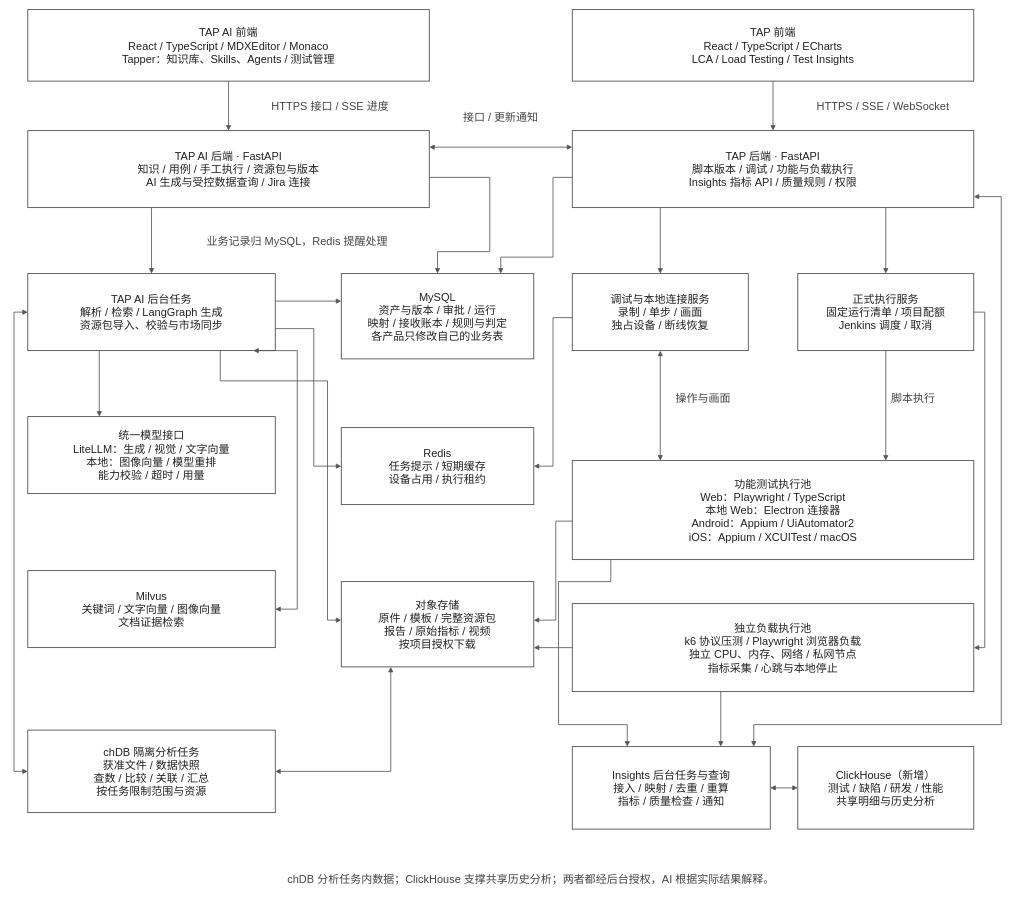
This is page "技术架构" (3 of 11) of docs/assets/rfc-011/2026-09-17-platform-design.drawio from patrickstarpty/tap, a draw.io file, before an edit. Source tidied: cells renumbered, new cells numbered last; positions are measured from the earlier drawing's top-left corner, leaving out a move shared by most shapes. Both pictures are drawn from the tidied source at 55%, with x=0, y=0 at pixel (14, 9).
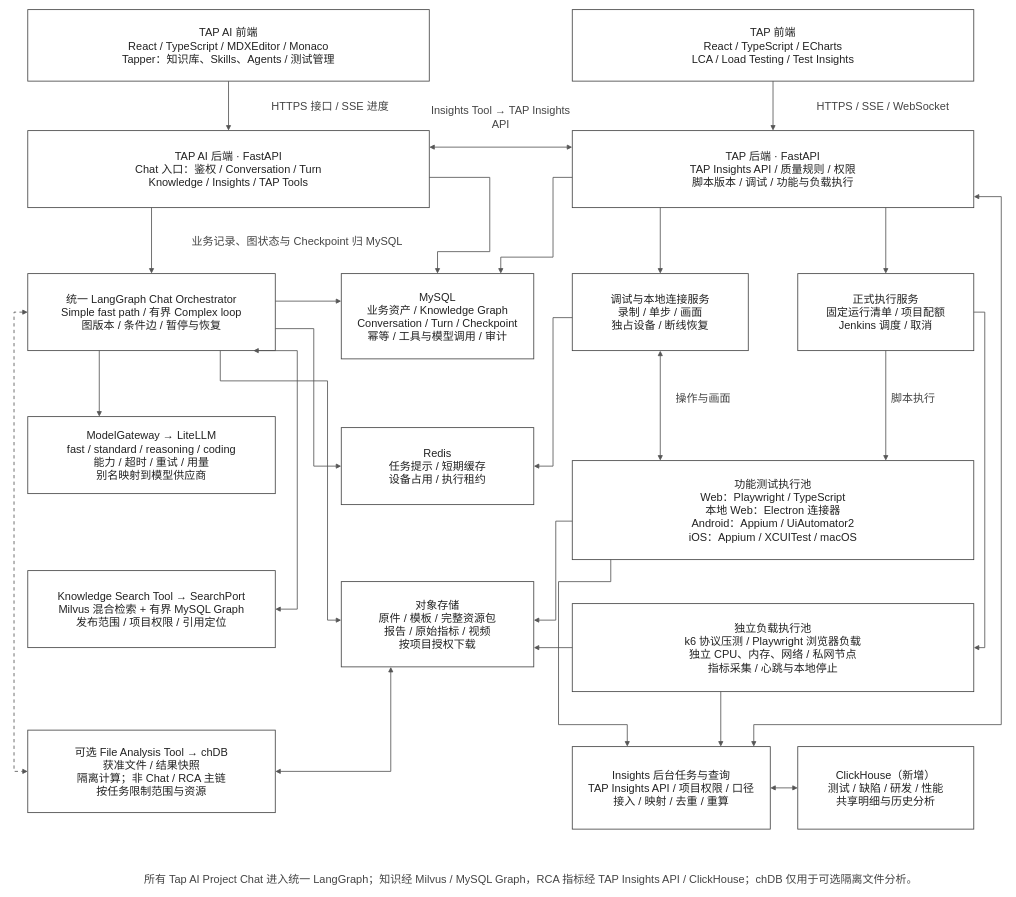
The same diagram, later.

Change to the diagram source:
```diff
@@
-    <mxCell id="4" value="TAP AI 后端 · FastAPI&#10;知识 / 用例 / 手工执行 / 资源包与版本&#10;AI 生成与受控数据查询 / Jira 连接" style="rounded=0;whiteSpace=wrap;html=0;fillColor=#ffffff;strokeColor=#444444;strokeWidth=1.5;fontColor=#222222;fontSize=20;fontFamily=Helvetica;" parent="1" vertex="1">
+    <mxCell id="4" value="TAP AI 后端 · FastAPI&#10;Chat 入口：鉴权 / Conversation / Turn&#10;Knowledge / Insights / TAP Tools" style="rounded=0;whiteSpace=wrap;html=0;fillColor=#ffffff;strokeColor=#444444;strokeWidth=1.5;fontColor=#222222;fontSize=20;fontFamily=Helvetica;" parent="1" vertex="1">
       <mxGeometry x="25" y="220" width="730" height="140" as="geometry" />
     </mxCell>
-    <mxCell id="5" value="TAP 后端 · FastAPI&#10;脚本版本 / 调试 / 功能与负载执行&#10;Insights 指标 API / 质量规则 / 权限" style="rounded=0;whiteSpace=wrap;html=0;fillColor=#ffffff;strokeColor=#444444;strokeWidth=1.5;fontColor=#222222;fontSize=20;fontFamily=Helvetica;" parent="1" vertex="1">
+    <mxCell id="5" value="TAP 后端 · FastAPI&#10;TAP Insights API / 质量规则 / 权限&#10;脚本版本 / 调试 / 功能与负载执行" style="rounded=0;whiteSpace=wrap;html=0;fillColor=#ffffff;strokeColor=#444444;strokeWidth=1.5;fontColor=#222222;fontSize=20;fontFamily=Helvetica;" parent="1" vertex="1">
       <mxGeometry x="1015" y="220" width="730" height="140" as="geometry" />
     </mxCell>
-    <mxCell id="6" value="TAP AI 后台任务&#10;解析 / 检索 / LangGraph 生成&#10;资源包导入、校验与市场同步" style="rounded=0;whiteSpace=wrap;html=0;fillColor=#ffffff;strokeColor=#444444;strokeWidth=1.5;fontColor=#222222;fontSize=20;fontFamily=Helvetica;" parent="1" vertex="1">
+    <mxCell id="6" value="统一 LangGraph Chat Orchestrator&#10;Simple fast path / 有界 Complex loop&#10;图版本 / 条件边 / 暂停与恢复" style="rounded=0;whiteSpace=wrap;html=0;fillColor=#ffffff;strokeColor=#444444;strokeWidth=1.5;fontColor=#222222;fontSize=20;fontFamily=Helvetica;" parent="1" vertex="1">
       <mxGeometry x="25" y="480" width="450" height="140" as="geometry" />
     </mxCell>
@@
-    <mxCell id="9" value="统一模型接口&#10;LiteLLM：生成 / 视觉 / 文字向量&#10;本地：图像向量 / 模型重排&#10;能力校验 / 超时 / 用量" style="rounded=0;whiteSpace=wrap;html=0;fillColor=#ffffff;strokeColor=#444444;strokeWidth=1.5;fontColor=#222222;fontSize=20;fontFamily=Helvetica;" parent="1" vertex="1">
+    <mxCell id="9" value="ModelGateway → LiteLLM&#10;fast / standard / reasoning / coding&#10;能力 / 超时 / 重试 / 用量&#10;别名映射到模型供应商" style="rounded=0;whiteSpace=wrap;html=0;fillColor=#ffffff;strokeColor=#444444;strokeWidth=1.5;fontColor=#222222;fontSize=20;fontFamily=Helvetica;" parent="1" vertex="1">
       <mxGeometry x="25" y="740" width="450" height="140" as="geometry" />
     </mxCell>
-    <mxCell id="10" value="Milvus&#10;关键词 / 文字向量 / 图像向量&#10;文档证据检索" style="rounded=0;whiteSpace=wrap;html=0;fillColor=#ffffff;strokeColor=#444444;strokeWidth=1.5;fontColor=#222222;fontSize=20;fontFamily=Helvetica;" parent="1" vertex="1">
+    <mxCell id="10" value="Knowledge Search Tool → SearchPort&#10;Milvus 混合检索 + 有界 MySQL Graph&#10;发布范围 / 项目权限 / 引用定位" style="rounded=0;whiteSpace=wrap;html=0;fillColor=#ffffff;strokeColor=#444444;strokeWidth=1.5;fontColor=#222222;fontSize=20;fontFamily=Helvetica;" parent="1" vertex="1">
       <mxGeometry x="25" y="1020" width="450" height="140" as="geometry" />
     </mxCell>
-    <mxCell id="11" value="chDB 隔离分析任务&#10;获准文件 / 数据快照&#10;查数 / 比较 / 关联 / 汇总&#10;按任务限制范围与资源" style="rounded=0;whiteSpace=wrap;html=0;fillColor=#ffffff;strokeColor=#444444;strokeWidth=1.5;fontColor=#222222;fontSize=20;fontFamily=Helvetica;" parent="1" vertex="1">
+    <mxCell id="11" value="可选 File Analysis Tool → chDB&#10;获准文件 / 结果快照&#10;隔离计算；非 Chat / RCA 主链&#10;按任务限制范围与资源" style="rounded=0;whiteSpace=wrap;html=0;fillColor=#ffffff;strokeColor=#444444;strokeWidth=1.5;fontColor=#222222;fontSize=20;fontFamily=Helvetica;" parent="1" vertex="1">
       <mxGeometry x="25" y="1310" width="450" height="150" as="geometry" />
     </mxCell>
-    <mxCell id="12" value="MySQL&#10;资产与版本 / 审批 / 运行&#10;映射 / 接收账本 / 规则与判定&#10;各产品只修改自己的业务表" style="rounded=0;whiteSpace=wrap;html=0;fillColor=#ffffff;strokeColor=#444444;strokeWidth=1.5;fontColor=#222222;fontSize=20;fontFamily=Helvetica;" parent="1" vertex="1">
+    <mxCell id="12" value="MySQL&#10;业务资产 / Knowledge Graph&#10;Conversation / Turn / Checkpoint&#10;幂等 / 工具与模型调用 / 审计" style="rounded=0;whiteSpace=wrap;html=0;fillColor=#ffffff;strokeColor=#444444;strokeWidth=1.5;fontColor=#222222;fontSize=20;fontFamily=Helvetica;" parent="1" vertex="1">
       <mxGeometry x="595" y="480" width="350" height="155" as="geometry" />
     </mxCell>
@@
-    <mxCell id="17" value="Insights 后台任务与查询&#10;接入 / 映射 / 去重 / 重算&#10;指标 / 质量检查 / 通知" style="rounded=0;whiteSpace=wrap;html=0;fillColor=#ffffff;strokeColor=#444444;strokeWidth=1.5;fontColor=#222222;fontSize=20;fontFamily=Helvetica;" parent="1" vertex="1">
+    <mxCell id="17" value="Insights 后台任务与查询&#10;TAP Insights API / 项目权限 / 口径&#10;接入 / 映射 / 去重 / 重算" style="rounded=0;whiteSpace=wrap;html=0;fillColor=#ffffff;strokeColor=#444444;strokeWidth=1.5;fontColor=#222222;fontSize=20;fontFamily=Helvetica;" parent="1" vertex="1">
       <mxGeometry x="1015" y="1340" width="360" height="150" as="geometry" />
     </mxCell>
@@
-    <mxCell id="29" style="edgeStyle=none;rounded=0;html=0;endArrow=block;endFill=1;strokeColor=#555555;strokeWidth=1.5;exitX=0.0;exitY=0.5;exitDx=0;exitDy=0;entryX=0.0;entryY=0.5;entryDx=0;entryDy=0;startArrow=block;startFill=1;" parent="1" edge="1" source="6" target="11">
+    <mxCell id="29" style="edgeStyle=none;rounded=0;html=0;endArrow=block;endFill=1;strokeColor=#555555;strokeWidth=1.5;dashed=1;dashPattern=4 4;exitX=0.0;exitY=0.5;exitDx=0;exitDy=0;entryX=0.0;entryY=0.5;entryDx=0;entryDy=0;startArrow=block;startFill=1;" parent="1" edge="1" source="6" target="11">
       <mxGeometry relative="1" as="geometry">
         <Array as="points">
           <mxPoint y="550" />
           <mxPoint y="1385" />
         </Array>
       </mxGeometry>
     </mxCell>
@@
-    <mxCell id="46" value="接口 / 更新通知" style="text;html=0;align=center;verticalAlign=middle;whiteSpace=wrap;fontSize=20;fontColor=#444444;" parent="1" vertex="1">
+    <mxCell id="46" value="Insights Tool → TAP Insights API" style="text;html=0;align=center;verticalAlign=middle;whiteSpace=wrap;fontSize=20;fontColor=#444444;" parent="1" vertex="1">
       <mxGeometry x="755" y="180" width="260" height="30" as="geometry" />
     </mxCell>
-    <mxCell id="47" value="业务记录归 MySQL，Redis 提醒处理" style="text;html=0;align=center;verticalAlign=middle;whiteSpace=wrap;fontSize=20;fontColor=#444444;" parent="1" vertex="1">
+    <mxCell id="47" value="业务记录、图状态与 Checkpoint 归 MySQL" style="text;html=0;align=center;verticalAlign=middle;whiteSpace=wrap;fontSize=20;fontColor=#444444;" parent="1" vertex="1">
       <mxGeometry x="285" y="405" width="460" height="30" as="geometry" />
     </mxCell>
@@
-    <mxCell id="50" value="chDB 分析任务内数据；ClickHouse 支撑共享历史分析；两者都经后台授权，AI 根据实际结果解释。" style="text;html=0;align=center;verticalAlign=middle;whiteSpace=wrap;fontSize=20;fontColor=#444444;" parent="1" vertex="1">
+    <mxCell id="50" value="所有 Tap AI Project Chat 进入统一 LangGraph；知识经 Milvus / MySQL Graph，RCA 指标经 TAP Insights API / ClickHouse；chDB 仅用于可选隔离文件分析。" style="text;html=0;align=center;verticalAlign=middle;whiteSpace=wrap;fontSize=20;fontColor=#444444;" parent="1" vertex="1">
       <mxGeometry x="190" y="1565" width="1500" height="30" as="geometry" />
     </mxCell>
```
